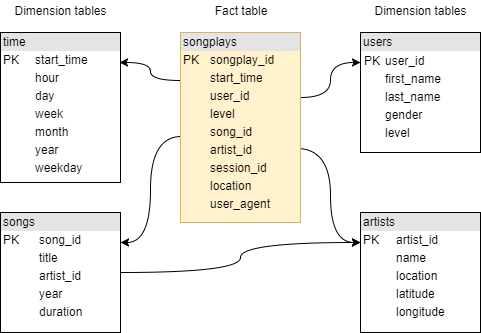
The draw.io diagram data_model.png in stephanderton/ETL-Cloud-Data-Warehouse, before a commit. Source tidied: cells renumbered, new cells last; positions are measured from the earlier drawing's top-left corner, leaving out a move shared by most shapes.
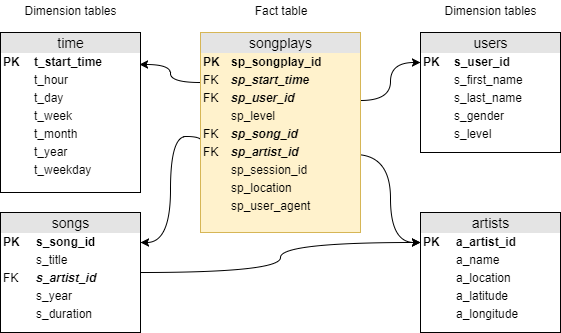
Later version of the same file.

Commit message:
Create table schema. Start/stop cluster.

What changed in the source:
```diff
@@ -5,7 +5,7 @@
     <mxCell id="2" style="edgeStyle=orthogonalEdgeStyle;curved=1;rounded=0;jettySize=auto;html=1;exitX=0;exitY=0.25;exitDx=0;exitDy=0;entryX=0.99;entryY=0.198;entryDx=0;entryDy=0;entryPerimeter=0;" parent="1" edge="1" source="6" target="7">
       <mxGeometry relative="1" as="geometry" />
     </mxCell>
-    <mxCell id="3" style="edgeStyle=orthogonalEdgeStyle;curved=1;rounded=0;jettySize=auto;html=1;exitX=0.997;exitY=0.342;exitDx=0;exitDy=0;entryX=0;entryY=0.25;entryDx=0;entryDy=0;exitPerimeter=0;" parent="1" edge="1" source="6" target="8">
+    <mxCell id="3" style="edgeStyle=orthogonalEdgeStyle;curved=1;rounded=0;jettySize=auto;html=1;exitX=0.997;exitY=0.342;exitDx=0;exitDy=0;entryX=0;entryY=0.25;entryDx=0;entryDy=0;exitPerimeter=0;" parent="1" edge="1" source="6" target="15">
       <mxGeometry relative="1" as="geometry" />
     </mxCell>
     <mxCell id="4" style="edgeStyle=orthogonalEdgeStyle;curved=1;rounded=0;jettySize=auto;html=1;exitX=0.006;exitY=0.546;exitDx=0;exitDy=0;entryX=1;entryY=0.25;entryDx=0;entryDy=0;exitPerimeter=0;" parent="1" edge="1" source="6" target="10">
@@ -19,32 +19,32 @@
     <mxCell id="5" style="edgeStyle=orthogonalEdgeStyle;curved=1;rounded=0;jettySize=auto;html=1;exitX=0.964;exitY=0.611;exitDx=0;exitDy=0;exitPerimeter=0;entryX=0;entryY=0.25;entryDx=0;entryDy=0;" parent="1" edge="1" source="6" target="11">
       <mxGeometry relative="1" as="geometry" />
     </mxCell>
-    <mxCell id="6" value="&lt;div style=&quot;box-sizing: border-box ; width: 100% ; background: rgb(228 , 228 , 228) ; padding: 2px ; line-height: 120%&quot;&gt;songplays&lt;/div&gt;&lt;table style=&quot;width: 100% ; font-size: 1em&quot; cellpadding=&quot;2&quot; cellspacing=&quot;0&quot;&gt;&lt;tbody&gt;&lt;tr&gt;&lt;td&gt;PK&lt;/td&gt;&lt;td&gt;songplay_id&lt;/td&gt;&lt;/tr&gt;&lt;tr&gt;&lt;td&gt;&lt;br&gt;&lt;/td&gt;&lt;td&gt;start_time&lt;/td&gt;&lt;/tr&gt;&lt;tr&gt;&lt;td&gt;&lt;br&gt;&lt;/td&gt;&lt;td&gt;user_id&lt;/td&gt;&lt;/tr&gt;&lt;tr&gt;&lt;td&gt;&lt;br&gt;&lt;/td&gt;&lt;td&gt;level&lt;/td&gt;&lt;/tr&gt;&lt;tr&gt;&lt;td&gt;&lt;br&gt;&lt;/td&gt;&lt;td&gt;song_id&lt;/td&gt;&lt;/tr&gt;&lt;tr&gt;&lt;td&gt;&lt;br&gt;&lt;/td&gt;&lt;td&gt;artist_id&lt;/td&gt;&lt;/tr&gt;&lt;tr&gt;&lt;td&gt;&lt;br&gt;&lt;/td&gt;&lt;td&gt;session_id&lt;/td&gt;&lt;/tr&gt;&lt;tr&gt;&lt;td&gt;&lt;br&gt;&lt;/td&gt;&lt;td&gt;location&lt;/td&gt;&lt;/tr&gt;&lt;tr&gt;&lt;td&gt;&lt;br&gt;&lt;/td&gt;&lt;td&gt;user_agent&lt;/td&gt;&lt;/tr&gt;&lt;/tbody&gt;&lt;/table&gt;&lt;br&gt;" style="verticalAlign=top;align=left;overflow=fill;html=1;fillColor=#fff2cc;strokeColor=#d6b656;" parent="1" vertex="1">
-      <mxGeometry x="180" y="32" width="120" height="190" as="geometry" />
+    <mxCell id="6" value="&lt;div style=&quot;text-align: center ; box-sizing: border-box ; width: 100% ; background: rgb(228 , 228 , 228) ; padding: 2px ; line-height: 120% ; font-size: 14px&quot;&gt;songplays&lt;/div&gt;&lt;table style=&quot;width: 100% ; font-size: 1em&quot; cellpadding=&quot;2&quot; cellspacing=&quot;0&quot;&gt;&lt;tbody&gt;&lt;tr&gt;&lt;td&gt;&lt;b&gt;PK&lt;/b&gt;&lt;/td&gt;&lt;td&gt;&lt;b&gt;sp_songplay_id&lt;/b&gt;&lt;/td&gt;&lt;/tr&gt;&lt;tr&gt;&lt;td&gt;FK&lt;/td&gt;&lt;td&gt;&lt;b&gt;&lt;i&gt;sp_start_time&lt;/i&gt;&lt;/b&gt;&lt;/td&gt;&lt;/tr&gt;&lt;tr&gt;&lt;td&gt;FK&lt;/td&gt;&lt;td&gt;&lt;i&gt;&lt;b&gt;sp_user_id&lt;/b&gt;&lt;/i&gt;&lt;/td&gt;&lt;/tr&gt;&lt;tr&gt;&lt;td&gt;&lt;br&gt;&lt;/td&gt;&lt;td&gt;sp_level&lt;/td&gt;&lt;/tr&gt;&lt;tr&gt;&lt;td&gt;FK&lt;/td&gt;&lt;td&gt;&lt;b&gt;&lt;i&gt;sp_song_id&lt;/i&gt;&lt;/b&gt;&lt;/td&gt;&lt;/tr&gt;&lt;tr&gt;&lt;td&gt;FK&lt;/td&gt;&lt;td&gt;&lt;b&gt;&lt;i&gt;sp_artist_id&lt;/i&gt;&lt;/b&gt;&lt;/td&gt;&lt;/tr&gt;&lt;tr&gt;&lt;td&gt;&lt;br&gt;&lt;/td&gt;&lt;td&gt;sp_session_id&lt;/td&gt;&lt;/tr&gt;&lt;tr&gt;&lt;td&gt;&lt;br&gt;&lt;/td&gt;&lt;td&gt;sp_location&lt;/td&gt;&lt;/tr&gt;&lt;tr&gt;&lt;td&gt;&lt;br&gt;&lt;/td&gt;&lt;td&gt;sp_user_agent&lt;/td&gt;&lt;/tr&gt;&lt;/tbody&gt;&lt;/table&gt;&lt;br&gt;" style="verticalAlign=top;align=left;overflow=fill;html=1;fillColor=#fff2cc;strokeColor=#d6b656;" parent="1" vertex="1">
+      <mxGeometry x="180" y="32" width="160" height="200" as="geometry" />
     </mxCell>
-    <mxCell id="7" value="&lt;div style=&quot;text-align: left ; box-sizing: border-box ; width: 100% ; background: rgb(228 , 228 , 228) ; padding: 2px&quot;&gt;time&lt;/div&gt;&lt;table style=&quot;text-align: left ; width: 100% ; font-size: 1em&quot; cellpadding=&quot;2&quot; cellspacing=&quot;0&quot;&gt;&lt;tbody&gt;&lt;tr&gt;&lt;td&gt;PK&lt;/td&gt;&lt;td&gt;start_time&lt;/td&gt;&lt;/tr&gt;&lt;tr&gt;&lt;td&gt;&lt;br&gt;&lt;/td&gt;&lt;td&gt;hour&lt;/td&gt;&lt;/tr&gt;&lt;tr&gt;&lt;td&gt;&lt;/td&gt;&lt;td&gt;day&lt;br&gt;&lt;/td&gt;&lt;/tr&gt;&lt;tr&gt;&lt;td&gt;&lt;br&gt;&lt;/td&gt;&lt;td&gt;week&lt;/td&gt;&lt;/tr&gt;&lt;tr&gt;&lt;td&gt;&lt;br&gt;&lt;/td&gt;&lt;td&gt;month&lt;/td&gt;&lt;/tr&gt;&lt;tr&gt;&lt;td&gt;&lt;br&gt;&lt;/td&gt;&lt;td&gt;year&lt;/td&gt;&lt;/tr&gt;&lt;tr&gt;&lt;td&gt;&lt;br&gt;&lt;/td&gt;&lt;td&gt;weekday&lt;/td&gt;&lt;/tr&gt;&lt;/tbody&gt;&lt;/table&gt;" style="verticalAlign=top;align=left;overflow=fill;html=1;" parent="1" vertex="1">
-      <mxGeometry y="32" width="120" height="150" as="geometry" />
+    <mxCell id="7" value="&lt;div style=&quot;text-align: center ; box-sizing: border-box ; width: 100% ; background: rgb(228 , 228 , 228) ; padding: 2px ; font-size: 14px&quot;&gt;time&lt;/div&gt;&lt;table style=&quot;text-align: left ; width: 100% ; font-size: 1em&quot; cellpadding=&quot;2&quot; cellspacing=&quot;0&quot;&gt;&lt;tbody&gt;&lt;tr&gt;&lt;td&gt;&lt;b&gt;PK&lt;/b&gt;&lt;/td&gt;&lt;td&gt;&lt;b&gt;t_start_time&lt;/b&gt;&lt;/td&gt;&lt;/tr&gt;&lt;tr&gt;&lt;td&gt;&lt;br&gt;&lt;/td&gt;&lt;td&gt;t_hour&lt;/td&gt;&lt;/tr&gt;&lt;tr&gt;&lt;td&gt;&lt;/td&gt;&lt;td&gt;t_day&lt;br&gt;&lt;/td&gt;&lt;/tr&gt;&lt;tr&gt;&lt;td&gt;&lt;br&gt;&lt;/td&gt;&lt;td&gt;t_week&lt;/td&gt;&lt;/tr&gt;&lt;tr&gt;&lt;td&gt;&lt;br&gt;&lt;/td&gt;&lt;td&gt;t_month&lt;/td&gt;&lt;/tr&gt;&lt;tr&gt;&lt;td&gt;&lt;br&gt;&lt;/td&gt;&lt;td&gt;t_year&lt;/td&gt;&lt;/tr&gt;&lt;tr&gt;&lt;td&gt;&lt;br&gt;&lt;/td&gt;&lt;td&gt;t_weekday&lt;/td&gt;&lt;/tr&gt;&lt;/tbody&gt;&lt;/table&gt;" style="verticalAlign=top;align=left;overflow=fill;html=1;" parent="1" vertex="1">
+      <mxGeometry x="-20" y="32" width="140" height="160" as="geometry" />
     </mxCell>
-    <mxCell id="8" value="&lt;div style=&quot;text-align: left ; box-sizing: border-box ; width: 100% ; background: rgb(228 , 228 , 228) ; padding: 2px&quot;&gt;users&lt;/div&gt;&lt;table style=&quot;text-align: left&quot;&gt;&lt;tbody&gt;&lt;tr&gt;&lt;td&gt;PK&lt;/td&gt;&lt;td&gt;user_id&lt;/td&gt;&lt;/tr&gt;&lt;tr&gt;&lt;td&gt;&lt;br&gt;&lt;/td&gt;&lt;td&gt;first_name&lt;/td&gt;&lt;/tr&gt;&lt;tr&gt;&lt;td&gt;&lt;br&gt;&lt;/td&gt;&lt;td&gt;last_name&lt;/td&gt;&lt;/tr&gt;&lt;tr&gt;&lt;td&gt;&lt;br&gt;&lt;/td&gt;&lt;td style=&quot;text-align: left&quot;&gt;gender&lt;/td&gt;&lt;/tr&gt;&lt;tr&gt;&lt;td&gt;&lt;br&gt;&lt;/td&gt;&lt;td&gt;level&lt;/td&gt;&lt;/tr&gt;&lt;/tbody&gt;&lt;/table&gt;" style="verticalAlign=top;align=left;overflow=fill;html=1;" parent="1" vertex="1">
-      <mxGeometry x="360" y="32" width="120" height="120" as="geometry" />
-    </mxCell>
     <mxCell id="9" style="edgeStyle=orthogonalEdgeStyle;curved=1;rounded=0;jettySize=auto;html=1;exitX=1;exitY=0.5;exitDx=0;exitDy=0;entryX=0;entryY=0.25;entryDx=0;entryDy=0;" parent="1" edge="1" source="10" target="11">
       <mxGeometry relative="1" as="geometry" />
     </mxCell>
-    <mxCell id="10" value="&lt;div style=&quot;box-sizing: border-box ; width: 100% ; background: #e4e4e4 ; padding: 2px&quot;&gt;songs&lt;/div&gt;&lt;table style=&quot;width: 100% ; font-size: 1em&quot; cellpadding=&quot;2&quot; cellspacing=&quot;0&quot;&gt;&lt;tbody&gt;&lt;tr&gt;&lt;td&gt;PK&lt;/td&gt;&lt;td&gt;song_id&lt;/td&gt;&lt;/tr&gt;&lt;tr&gt;&lt;td&gt;&lt;br&gt;&lt;/td&gt;&lt;td&gt;title&lt;/td&gt;&lt;/tr&gt;&lt;tr&gt;&lt;td&gt;&lt;br&gt;&lt;/td&gt;&lt;td&gt;artist_id&lt;/td&gt;&lt;/tr&gt;&lt;tr&gt;&lt;td&gt;&lt;br&gt;&lt;/td&gt;&lt;td&gt;year&lt;/td&gt;&lt;/tr&gt;&lt;tr&gt;&lt;td&gt;&lt;br&gt;&lt;/td&gt;&lt;td&gt;duration&lt;/td&gt;&lt;/tr&gt;&lt;/tbody&gt;&lt;/table&gt;" style="verticalAlign=top;align=left;overflow=fill;html=1;" parent="1" vertex="1">
-      <mxGeometry y="212" width="120" height="120" as="geometry" />
+    <mxCell id="10" value="&lt;div style=&quot;text-align: center ; box-sizing: border-box ; width: 100% ; background: rgb(228 , 228 , 228) ; padding: 2px ; font-size: 14px&quot;&gt;songs&lt;/div&gt;&lt;table style=&quot;width: 100% ; font-size: 1em&quot; cellpadding=&quot;2&quot; cellspacing=&quot;0&quot;&gt;&lt;tbody&gt;&lt;tr&gt;&lt;td&gt;&lt;b&gt;PK&lt;/b&gt;&lt;/td&gt;&lt;td&gt;&lt;b&gt;s_song_id&lt;/b&gt;&lt;/td&gt;&lt;/tr&gt;&lt;tr&gt;&lt;td&gt;&lt;br&gt;&lt;/td&gt;&lt;td&gt;s_title&lt;/td&gt;&lt;/tr&gt;&lt;tr&gt;&lt;td&gt;FK&lt;/td&gt;&lt;td&gt;&lt;b&gt;&lt;i&gt;s_artist_id&lt;/i&gt;&lt;/b&gt;&lt;/td&gt;&lt;/tr&gt;&lt;tr&gt;&lt;td&gt;&lt;br&gt;&lt;/td&gt;&lt;td&gt;s_year&lt;/td&gt;&lt;/tr&gt;&lt;tr&gt;&lt;td&gt;&lt;br&gt;&lt;/td&gt;&lt;td&gt;s_duration&lt;/td&gt;&lt;/tr&gt;&lt;/tbody&gt;&lt;/table&gt;" style="verticalAlign=top;align=left;overflow=fill;html=1;" parent="1" vertex="1">
+      <mxGeometry x="-20" y="212" width="140" height="120" as="geometry" />
     </mxCell>
-    <mxCell id="11" value="&lt;div style=&quot;box-sizing: border-box ; width: 100% ; background: #e4e4e4 ; padding: 2px&quot;&gt;artists&lt;/div&gt;&lt;table style=&quot;width: 100% ; font-size: 1em&quot; cellpadding=&quot;2&quot; cellspacing=&quot;0&quot;&gt;&lt;tbody&gt;&lt;tr&gt;&lt;td&gt;PK&lt;/td&gt;&lt;td&gt;artist_id&lt;/td&gt;&lt;/tr&gt;&lt;tr&gt;&lt;td&gt;&lt;br&gt;&lt;/td&gt;&lt;td&gt;name&lt;/td&gt;&lt;/tr&gt;&lt;tr&gt;&lt;td&gt;&lt;/td&gt;&lt;td&gt;location&lt;/td&gt;&lt;/tr&gt;&lt;tr&gt;&lt;td&gt;&lt;br&gt;&lt;/td&gt;&lt;td&gt;latitude&lt;/td&gt;&lt;/tr&gt;&lt;tr&gt;&lt;td&gt;&lt;br&gt;&lt;/td&gt;&lt;td&gt;longitude&lt;/td&gt;&lt;/tr&gt;&lt;/tbody&gt;&lt;/table&gt;" style="verticalAlign=top;align=left;overflow=fill;html=1;" parent="1" vertex="1">
-      <mxGeometry x="360" y="212" width="120" height="120" as="geometry" />
+    <mxCell id="11" value="&lt;div style=&quot;text-align: center ; box-sizing: border-box ; width: 100% ; background: rgb(228 , 228 , 228) ; padding: 2px ; font-size: 14px&quot;&gt;artists&lt;/div&gt;&lt;table style=&quot;width: 100% ; font-size: 1em&quot; cellpadding=&quot;2&quot; cellspacing=&quot;0&quot;&gt;&lt;tbody&gt;&lt;tr&gt;&lt;td&gt;&lt;b&gt;PK&lt;/b&gt;&lt;/td&gt;&lt;td&gt;&lt;b&gt;a_artist_id&lt;/b&gt;&lt;/td&gt;&lt;/tr&gt;&lt;tr&gt;&lt;td&gt;&lt;br&gt;&lt;/td&gt;&lt;td&gt;a_name&lt;/td&gt;&lt;/tr&gt;&lt;tr&gt;&lt;td&gt;&lt;/td&gt;&lt;td&gt;a_location&lt;/td&gt;&lt;/tr&gt;&lt;tr&gt;&lt;td&gt;&lt;br&gt;&lt;/td&gt;&lt;td&gt;a_latitude&lt;/td&gt;&lt;/tr&gt;&lt;tr&gt;&lt;td&gt;&lt;br&gt;&lt;/td&gt;&lt;td&gt;a_longitude&lt;/td&gt;&lt;/tr&gt;&lt;/tbody&gt;&lt;/table&gt;" style="verticalAlign=top;align=left;overflow=fill;html=1;" parent="1" vertex="1">
+      <mxGeometry x="400" y="212" width="140" height="120" as="geometry" />
     </mxCell>
     <mxCell id="12" value="Fact table" style="text;html=1;strokeColor=none;fillColor=none;align=center;verticalAlign=middle;whiteSpace=wrap;rounded=0;" parent="1" vertex="1">
-      <mxGeometry x="205" width="70" height="20" as="geometry" />
+      <mxGeometry x="225" width="70" height="20" as="geometry" />
     </mxCell>
     <mxCell id="13" value="&lt;span&gt;Dimension tables&lt;br&gt;&lt;/span&gt;" style="text;html=1;strokeColor=none;fillColor=none;align=center;verticalAlign=middle;whiteSpace=wrap;rounded=0;" parent="1" vertex="1">
-      <mxGeometry x="360" width="120" height="20" as="geometry" />
+      <mxGeometry x="410" width="120" height="20" as="geometry" />
     </mxCell>
     <mxCell id="14" value="&lt;span&gt;Dimension tables&lt;br&gt;&lt;/span&gt;" style="text;html=1;strokeColor=none;fillColor=none;align=center;verticalAlign=middle;whiteSpace=wrap;rounded=0;" parent="1" vertex="1">
-      <mxGeometry width="120" height="20" as="geometry" />
+      <mxGeometry x="-10" width="120" height="20" as="geometry" />
     </mxCell>
+    <mxCell id="15" value="&lt;div style=&quot;text-align: center ; box-sizing: border-box ; width: 100% ; background: rgb(228 , 228 , 228) ; padding: 2px ; font-size: 14px&quot;&gt;users&lt;/div&gt;&lt;table style=&quot;width: 100% ; font-size: 1em&quot; cellpadding=&quot;2&quot; cellspacing=&quot;0&quot;&gt;&lt;tbody&gt;&lt;tr&gt;&lt;td&gt;&lt;b&gt;PK&lt;/b&gt;&lt;/td&gt;&lt;td&gt;&lt;b&gt;s_user_id&lt;/b&gt;&lt;/td&gt;&lt;/tr&gt;&lt;tr&gt;&lt;td&gt;&lt;br&gt;&lt;/td&gt;&lt;td&gt;s_first_name&lt;/td&gt;&lt;/tr&gt;&lt;tr&gt;&lt;td&gt;&lt;/td&gt;&lt;td&gt;s_last_name&lt;/td&gt;&lt;/tr&gt;&lt;tr&gt;&lt;td&gt;&lt;br&gt;&lt;/td&gt;&lt;td&gt;s_gender&lt;/td&gt;&lt;/tr&gt;&lt;tr&gt;&lt;td&gt;&lt;br&gt;&lt;/td&gt;&lt;td&gt;s_level&lt;/td&gt;&lt;/tr&gt;&lt;/tbody&gt;&lt;/table&gt;" style="verticalAlign=top;align=left;overflow=fill;html=1;" parent="1" vertex="1">
+      <mxGeometry x="400" y="32" width="140" height="120" as="geometry" />
+    </mxCell>
   </root>
 </mxGraphModel>
```
